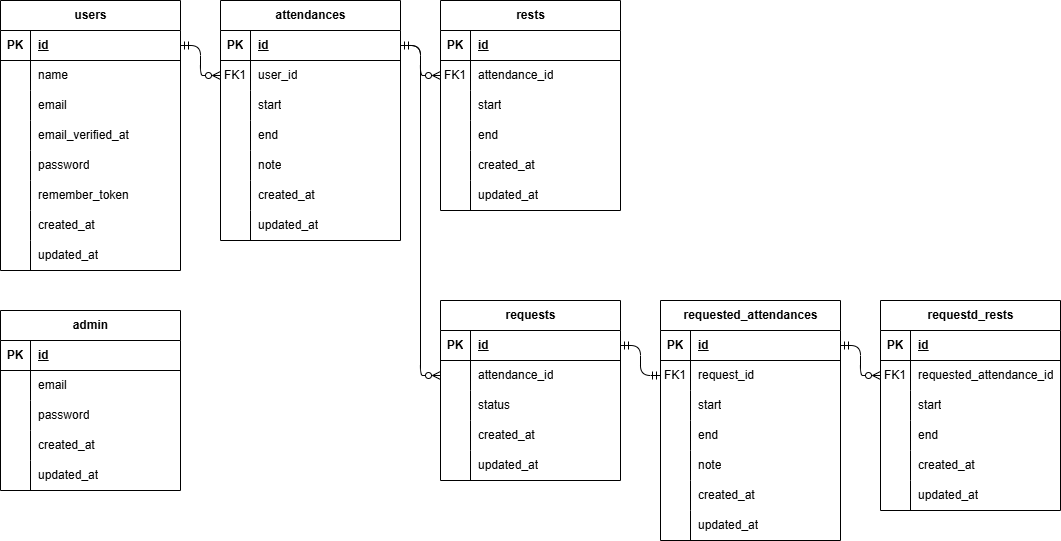
kasahara-dev/kasahara-mogi2 keeps this draw.io diagram as ER.drawio.png. Above is the earlier version. Source tidied: cells renumbered, new cells last; positions are measured from the earlier drawing's top-left corner, leaving out a move shared by most shapes.
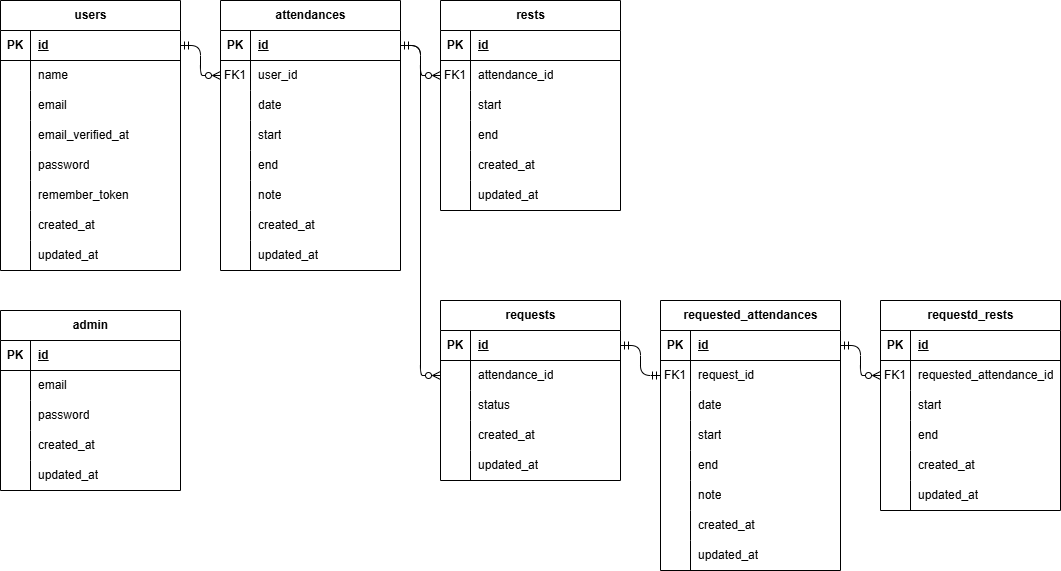
Later version of the same file.

Diff of the diagram source:
```diff
@@ -126,7 +126,7 @@
       <mxGeometry x="30" width="150" height="30" as="geometry" />
     </mxCell>
     <mxCell id="43" value="attendances" style="shape=table;startSize=30;rowLines=0;fontStyle=1;align=center;html=1;" parent="1" vertex="1">
-      <mxGeometry x="220" width="180" height="240" as="geometry" />
+      <mxGeometry x="220" width="180" height="270" as="geometry" />
     </mxCell>
     <mxCell id="44" style="shape=tableRow;horizontal=0;startSize=0;swimlaneHead=0;swimlaneBody=0;fillColor=none;points=[[0,0.5],[1,0.5]];portConstraint=eastwest;top=0;left=0;right=0;bottom=1;" parent="43" vertex="1">
       <mxGeometry y="30" width="180" height="30" as="geometry" />
@@ -146,8 +146,17 @@
     <mxCell id="49" value="user_id" style="shape=partialRectangle;fillColor=none;top=0;left=0;bottom=0;right=0;align=left;spacingLeft=6;overflow=hidden;whiteSpace=wrap;html=1;" parent="47" vertex="1">
       <mxGeometry x="30" width="150" height="30" as="geometry" />
     </mxCell>
+    <mxCell id="146" style="shape=tableRow;horizontal=0;startSize=0;swimlaneHead=0;swimlaneBody=0;fillColor=none;top=0;left=0;right=0;bottom=0;" parent="43" vertex="1">
+      <mxGeometry y="90" width="180" height="30" as="geometry" />
+    </mxCell>
+    <mxCell id="147" style="shape=partialRectangle;fillColor=none;top=0;left=0;bottom=0;right=0;overflow=hidden;whiteSpace=wrap;html=1;" parent="146" vertex="1">
+      <mxGeometry width="30" height="30" as="geometry" />
+    </mxCell>
+    <mxCell id="148" value="date" style="shape=partialRectangle;fillColor=none;top=0;left=0;bottom=0;right=0;align=left;spacingLeft=6;overflow=hidden;whiteSpace=wrap;html=1;" parent="146" vertex="1">
+      <mxGeometry x="30" width="150" height="30" as="geometry" />
+    </mxCell>
     <mxCell id="50" style="shape=tableRow;horizontal=0;startSize=0;swimlaneHead=0;swimlaneBody=0;fillColor=none;top=0;left=0;right=0;bottom=0;" parent="43" vertex="1">
-      <mxGeometry y="90" width="180" height="30" as="geometry" />
+      <mxGeometry y="120" width="180" height="30" as="geometry" />
     </mxCell>
     <mxCell id="51" style="shape=partialRectangle;fillColor=none;top=0;left=0;bottom=0;right=0;overflow=hidden;whiteSpace=wrap;html=1;" parent="50" vertex="1">
       <mxGeometry width="30" height="30" as="geometry" />
@@ -156,7 +165,7 @@
       <mxGeometry x="30" width="150" height="30" as="geometry" />
     </mxCell>
     <mxCell id="53" style="shape=tableRow;horizontal=0;startSize=0;swimlaneHead=0;swimlaneBody=0;fillColor=none;top=0;left=0;right=0;bottom=0;" parent="43" vertex="1">
-      <mxGeometry y="120" width="180" height="30" as="geometry" />
+      <mxGeometry y="150" width="180" height="30" as="geometry" />
     </mxCell>
     <mxCell id="54" style="shape=partialRectangle;fillColor=none;top=0;left=0;bottom=0;right=0;overflow=hidden;whiteSpace=wrap;html=1;" parent="53" vertex="1">
       <mxGeometry width="30" height="30" as="geometry" />
@@ -165,7 +174,7 @@
       <mxGeometry x="30" width="150" height="30" as="geometry" />
     </mxCell>
     <mxCell id="56" style="shape=tableRow;horizontal=0;startSize=0;swimlaneHead=0;swimlaneBody=0;fillColor=none;top=0;left=0;right=0;bottom=0;" parent="43" vertex="1">
-      <mxGeometry y="150" width="180" height="30" as="geometry" />
+      <mxGeometry y="180" width="180" height="30" as="geometry" />
     </mxCell>
     <mxCell id="57" style="shape=partialRectangle;fillColor=none;top=0;left=0;bottom=0;right=0;overflow=hidden;whiteSpace=wrap;html=1;" parent="56" vertex="1">
       <mxGeometry width="30" height="30" as="geometry" />
@@ -174,7 +183,7 @@
       <mxGeometry x="30" width="150" height="30" as="geometry" />
     </mxCell>
     <mxCell id="59" style="shape=tableRow;horizontal=0;startSize=0;swimlaneHead=0;swimlaneBody=0;fillColor=none;top=0;left=0;right=0;bottom=0;" parent="43" vertex="1">
-      <mxGeometry y="180" width="180" height="30" as="geometry" />
+      <mxGeometry y="210" width="180" height="30" as="geometry" />
     </mxCell>
     <mxCell id="60" style="shape=partialRectangle;fillColor=none;top=0;left=0;bottom=0;right=0;overflow=hidden;whiteSpace=wrap;html=1;" parent="59" vertex="1">
       <mxGeometry width="30" height="30" as="geometry" />
@@ -183,7 +192,7 @@
       <mxGeometry x="30" width="150" height="30" as="geometry" />
     </mxCell>
     <mxCell id="62" style="shape=tableRow;horizontal=0;startSize=0;swimlaneHead=0;swimlaneBody=0;fillColor=none;top=0;left=0;right=0;bottom=0;" parent="43" vertex="1">
-      <mxGeometry y="210" width="180" height="30" as="geometry" />
+      <mxGeometry y="240" width="180" height="30" as="geometry" />
     </mxCell>
     <mxCell id="63" style="shape=partialRectangle;fillColor=none;top=0;left=0;bottom=0;right=0;overflow=hidden;whiteSpace=wrap;html=1;" parent="62" vertex="1">
       <mxGeometry width="30" height="30" as="geometry" />
@@ -255,7 +264,7 @@
       <mxGeometry relative="1" as="geometry" />
     </mxCell>
     <mxCell id="86" value="requested_attendances" style="shape=table;startSize=30;rowLines=0;fontStyle=1;align=center;html=1;" parent="1" vertex="1">
-      <mxGeometry x="660" y="300" width="180" height="240" as="geometry" />
+      <mxGeometry x="660" y="300" width="180" height="270" as="geometry" />
     </mxCell>
     <mxCell id="87" style="shape=tableRow;horizontal=0;startSize=0;swimlaneHead=0;swimlaneBody=0;fillColor=none;points=[[0,0.5],[1,0.5]];portConstraint=eastwest;top=0;left=0;right=0;bottom=1;" parent="86" vertex="1">
       <mxGeometry y="30" width="180" height="30" as="geometry" />
@@ -275,8 +284,17 @@
     <mxCell id="92" value="request_id" style="shape=partialRectangle;fillColor=none;top=0;left=0;bottom=0;right=0;align=left;spacingLeft=6;overflow=hidden;whiteSpace=wrap;html=1;" parent="90" vertex="1">
       <mxGeometry x="30" width="150" height="30" as="geometry" />
     </mxCell>
+    <mxCell id="149" style="shape=tableRow;horizontal=0;startSize=0;swimlaneHead=0;swimlaneBody=0;fillColor=none;top=0;left=0;right=0;bottom=0;" parent="86" vertex="1">
+      <mxGeometry y="90" width="180" height="30" as="geometry" />
+    </mxCell>
+    <mxCell id="150" style="shape=partialRectangle;fillColor=none;top=0;left=0;bottom=0;right=0;overflow=hidden;whiteSpace=wrap;html=1;" parent="149" vertex="1">
+      <mxGeometry width="30" height="30" as="geometry" />
+    </mxCell>
+    <mxCell id="151" value="date" style="shape=partialRectangle;fillColor=none;top=0;left=0;bottom=0;right=0;align=left;spacingLeft=6;overflow=hidden;whiteSpace=wrap;html=1;" parent="149" vertex="1">
+      <mxGeometry x="30" width="150" height="30" as="geometry" />
+    </mxCell>
     <mxCell id="93" style="shape=tableRow;horizontal=0;startSize=0;swimlaneHead=0;swimlaneBody=0;fillColor=none;top=0;left=0;right=0;bottom=0;" parent="86" vertex="1">
-      <mxGeometry y="90" width="180" height="30" as="geometry" />
+      <mxGeometry y="120" width="180" height="30" as="geometry" />
     </mxCell>
     <mxCell id="94" style="shape=partialRectangle;fillColor=none;top=0;left=0;bottom=0;right=0;overflow=hidden;whiteSpace=wrap;html=1;" parent="93" vertex="1">
       <mxGeometry width="30" height="30" as="geometry" />
@@ -285,7 +303,7 @@
       <mxGeometry x="30" width="150" height="30" as="geometry" />
     </mxCell>
     <mxCell id="96" style="shape=tableRow;horizontal=0;startSize=0;swimlaneHead=0;swimlaneBody=0;fillColor=none;top=0;left=0;right=0;bottom=0;" parent="86" vertex="1">
-      <mxGeometry y="120" width="180" height="30" as="geometry" />
+      <mxGeometry y="150" width="180" height="30" as="geometry" />
     </mxCell>
     <mxCell id="97" style="shape=partialRectangle;fillColor=none;top=0;left=0;bottom=0;right=0;overflow=hidden;whiteSpace=wrap;html=1;" parent="96" vertex="1">
       <mxGeometry width="30" height="30" as="geometry" />
@@ -294,7 +312,7 @@
       <mxGeometry x="30" width="150" height="30" as="geometry" />
     </mxCell>
     <mxCell id="99" style="shape=tableRow;horizontal=0;startSize=0;swimlaneHead=0;swimlaneBody=0;fillColor=none;top=0;left=0;right=0;bottom=0;" parent="86" vertex="1">
-      <mxGeometry y="150" width="180" height="30" as="geometry" />
+      <mxGeometry y="180" width="180" height="30" as="geometry" />
     </mxCell>
     <mxCell id="100" style="shape=partialRectangle;fillColor=none;top=0;left=0;bottom=0;right=0;overflow=hidden;whiteSpace=wrap;html=1;" parent="99" vertex="1">
       <mxGeometry width="30" height="30" as="geometry" />
@@ -303,7 +321,7 @@
       <mxGeometry x="30" width="150" height="30" as="geometry" />
     </mxCell>
     <mxCell id="102" style="shape=tableRow;horizontal=0;startSize=0;swimlaneHead=0;swimlaneBody=0;fillColor=none;top=0;left=0;right=0;bottom=0;" parent="86" vertex="1">
-      <mxGeometry y="180" width="180" height="30" as="geometry" />
+      <mxGeometry y="210" width="180" height="30" as="geometry" />
     </mxCell>
     <mxCell id="103" style="shape=partialRectangle;fillColor=none;top=0;left=0;bottom=0;right=0;overflow=hidden;whiteSpace=wrap;html=1;" parent="102" vertex="1">
       <mxGeometry width="30" height="30" as="geometry" />
@@ -312,7 +330,7 @@
       <mxGeometry x="30" width="150" height="30" as="geometry" />
     </mxCell>
     <mxCell id="105" style="shape=tableRow;horizontal=0;startSize=0;swimlaneHead=0;swimlaneBody=0;fillColor=none;top=0;left=0;right=0;bottom=0;" parent="86" vertex="1">
-      <mxGeometry y="210" width="180" height="30" as="geometry" />
+      <mxGeometry y="240" width="180" height="30" as="geometry" />
     </mxCell>
     <mxCell id="106" style="shape=partialRectangle;fillColor=none;top=0;left=0;bottom=0;right=0;overflow=hidden;whiteSpace=wrap;html=1;" parent="105" vertex="1">
       <mxGeometry width="30" height="30" as="geometry" />
```
